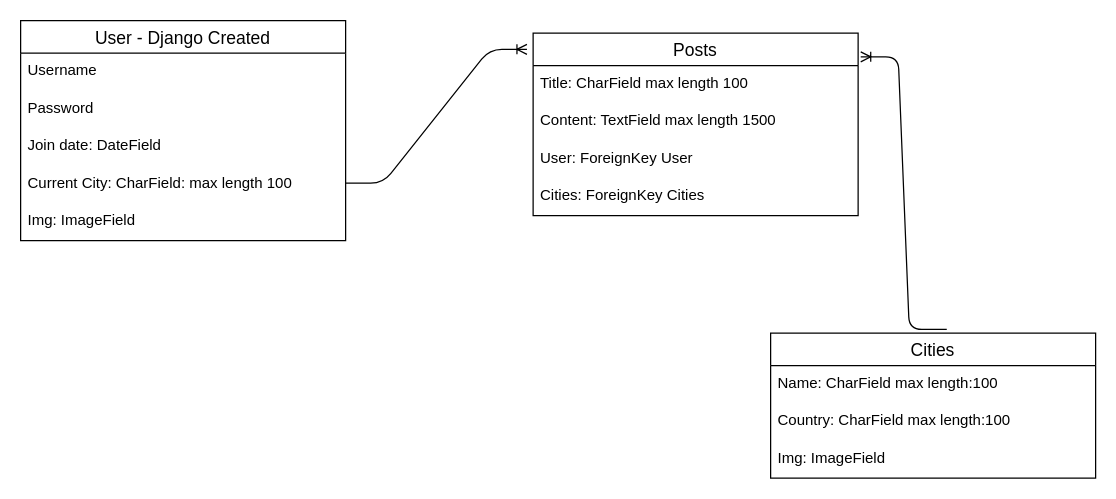
Earlier version of the draw.io diagram main_app/ERD.drawio (Claywatkins8/Wayfairer-travel). Source tidied: cells renumbered, new cells numbered last; positions are measured from the earlier drawing's top-left corner, leaving out a move shared by most shapes. Both pictures are drawn from the tidied source at 125%, with x=0, y=0 at pixel (20, 20).
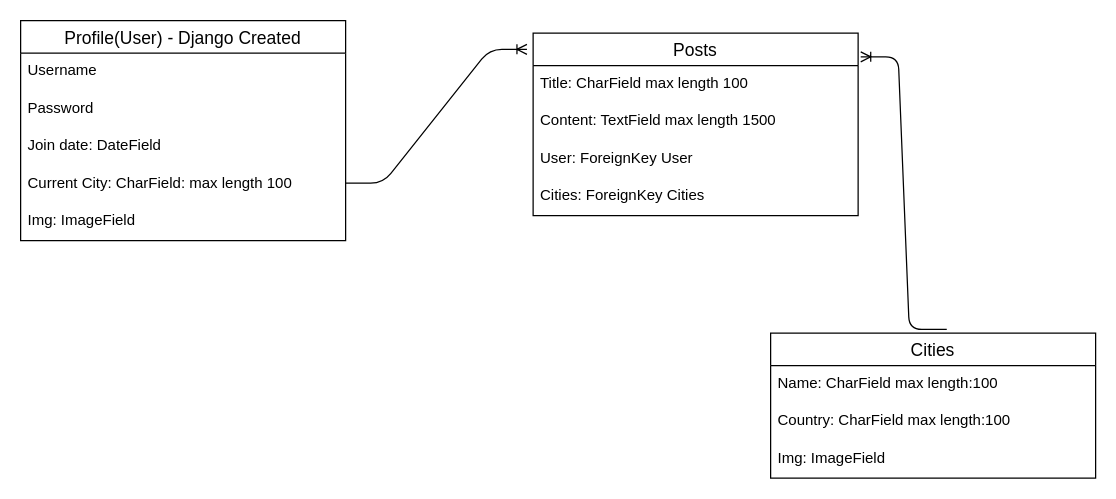
The same page after the edit.

Commit message (it also covers changes not shown here):
update admin/models

The edit, as a diff of the source:
```diff
@@
 <mxGraphModel>
   <root>
     <mxCell id="0" />
     <mxCell id="1" parent="0" />
-    <mxCell id="2" value="User - Django Created" style="swimlane;fontStyle=0;horizontal=1;startSize=26;align=center;fontSize=14;" parent="1" vertex="1">
+    <mxCell id="2" value="Profile(User) - Django Created" style="swimlane;fontStyle=0;horizontal=1;startSize=26;align=center;fontSize=14;" parent="1" vertex="1">
       <mxGeometry width="260" height="176" as="geometry" />
     </mxCell>
     <mxCell id="3" value="Username" style="text;strokeColor=none;fillColor=none;spacingLeft=4;spacingRight=4;overflow=hidden;fontSize=12;" parent="2" vertex="1">
       <mxGeometry y="26" width="260" height="30" as="geometry" />
     </mxCell>
     <mxCell id="4" value="Password" style="text;strokeColor=none;fillColor=none;spacingLeft=4;spacingRight=4;overflow=hidden;fontSize=12;" parent="2" vertex="1">
       <mxGeometry y="56" width="260" height="30" as="geometry" />
     </mxCell>
     <mxCell id="5" value="Join date: DateField" style="text;strokeColor=none;fillColor=none;spacingLeft=4;spacingRight=4;overflow=hidden;fontSize=12;" parent="2" vertex="1">
       <mxGeometry y="86" width="260" height="30" as="geometry" />
     </mxCell>
     <mxCell id="6" value="Current City: CharField: max length 100" style="text;strokeColor=none;fillColor=none;spacingLeft=4;spacingRight=4;overflow=hidden;fontSize=12;" parent="2" vertex="1">
       <mxGeometry y="116" width="260" height="30" as="geometry" />
     </mxCell>
     <mxCell id="7" value="Img: ImageField" style="text;strokeColor=none;fillColor=none;spacingLeft=4;spacingRight=4;overflow=hidden;fontSize=12;" parent="2" vertex="1">
       <mxGeometry y="146" width="260" height="30" as="geometry" />
     </mxCell>
     <mxCell id="8" value="Cities" style="swimlane;fontStyle=0;horizontal=1;startSize=26;align=center;fontSize=14;" parent="1" vertex="1">
       <mxGeometry x="600" y="250" width="260" height="116" as="geometry" />
     </mxCell>
     <mxCell id="9" value="Name: CharField max length:100" style="text;strokeColor=none;fillColor=none;spacingLeft=4;spacingRight=4;overflow=hidden;fontSize=12;" parent="8" vertex="1">
       <mxGeometry y="26" width="260" height="30" as="geometry" />
     </mxCell>
     <mxCell id="10" value="Country: CharField max length:100" style="text;strokeColor=none;fillColor=none;spacingLeft=4;spacingRight=4;overflow=hidden;fontSize=12;" parent="8" vertex="1">
       <mxGeometry y="56" width="260" height="30" as="geometry" />
     </mxCell>
     <mxCell id="11" value="Img: ImageField " style="text;strokeColor=none;fillColor=none;spacingLeft=4;spacingRight=4;overflow=hidden;fontSize=12;" parent="8" vertex="1">
       <mxGeometry y="86" width="260" height="30" as="geometry" />
     </mxCell>
     <mxCell id="12" value="Posts" style="swimlane;fontStyle=0;horizontal=1;startSize=26;align=center;fontSize=14;" parent="1" vertex="1">
       <mxGeometry x="410" y="10" width="260" height="146" as="geometry" />
     </mxCell>
     <mxCell id="13" value="Title: CharField max length 100" style="text;strokeColor=none;fillColor=none;spacingLeft=4;spacingRight=4;overflow=hidden;fontSize=12;" parent="12" vertex="1">
       <mxGeometry y="26" width="260" height="30" as="geometry" />
     </mxCell>
     <mxCell id="14" value="Content: TextField max length 1500" style="text;strokeColor=none;fillColor=none;spacingLeft=4;spacingRight=4;overflow=hidden;fontSize=12;" parent="12" vertex="1">
       <mxGeometry y="56" width="260" height="30" as="geometry" />
     </mxCell>
     <mxCell id="15" value="User: ForeignKey User" style="text;strokeColor=none;fillColor=none;spacingLeft=4;spacingRight=4;overflow=hidden;fontSize=12;" parent="12" vertex="1">
       <mxGeometry y="86" width="260" height="30" as="geometry" />
     </mxCell>
     <mxCell id="16" value="Cities: ForeignKey Cities " style="text;strokeColor=none;fillColor=none;spacingLeft=4;spacingRight=4;overflow=hidden;fontSize=12;" parent="12" vertex="1">
       <mxGeometry y="116" width="260" height="30" as="geometry" />
     </mxCell>
     <mxCell id="17" style="edgeStyle=entityRelationEdgeStyle;fontSize=12;html=1;endArrow=ERoneToMany;entryX=-0.019;entryY=0.089;entryDx=0;entryDy=0;entryPerimeter=0;" parent="1" edge="1" target="12">
       <mxGeometry relative="1" as="geometry">
         <mxPoint x="260" y="130" as="sourcePoint" />
       </mxGeometry>
     </mxCell>
     <mxCell id="18" style="edgeStyle=entityRelationEdgeStyle;fontSize=12;html=1;endArrow=ERoneToMany;exitX=0.542;exitY=-0.026;exitDx=0;exitDy=0;exitPerimeter=0;entryX=1.008;entryY=0.13;entryDx=0;entryDy=0;entryPerimeter=0;" parent="1" edge="1" source="8" target="12">
       <mxGeometry relative="1" as="geometry" />
     </mxCell>
   </root>
 </mxGraphModel>
```
